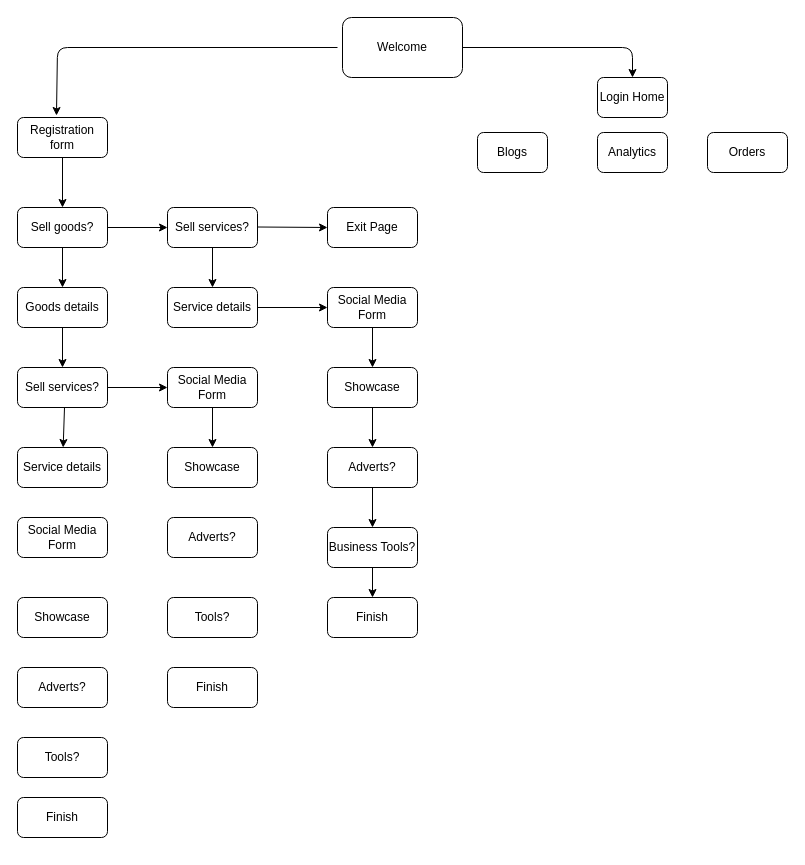
Earlier version of the draw.io diagram app_eng_updated.drawio (willdonlan8/test). Source tidied: cells renumbered, new cells numbered last; positions are measured from the earlier drawing's top-left corner, leaving out a move shared by most shapes. Both pictures are drawn from the tidied source at 100%, with x=0, y=0 at pixel (17, 17).
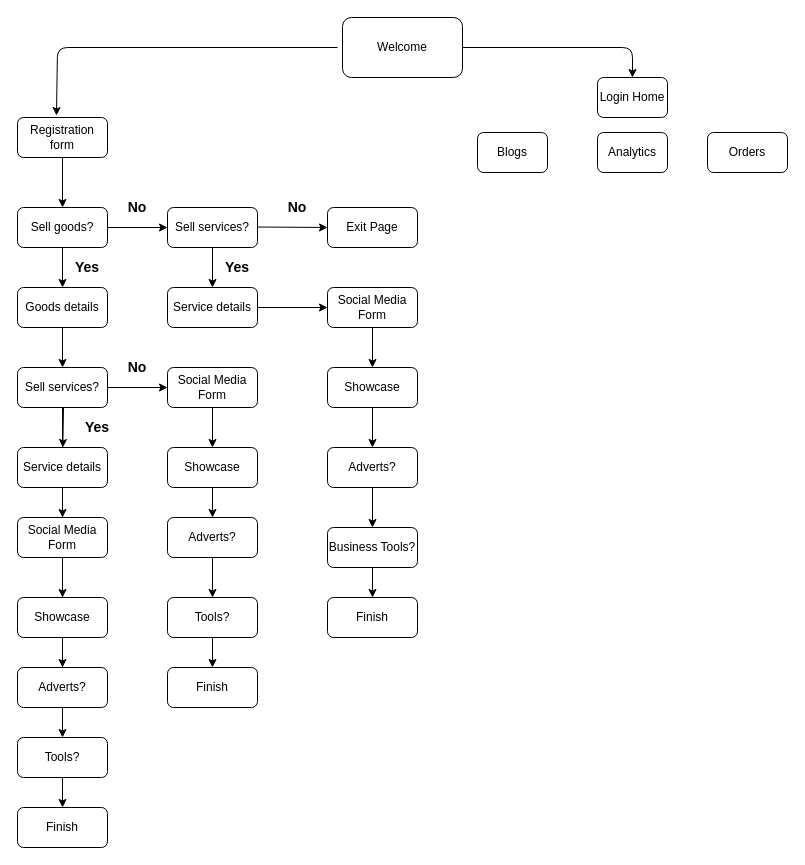
Above is the later version.

Unchanged cells that the change refers to:
```xml
<mxCell id="18" value="Sell services?" style="rounded=1;whiteSpace=wrap;html=1;" parent="1" vertex="1">
  <mxGeometry y="350" width="90" height="40" as="geometry" />
</mxCell>
<mxCell id="19" value="Service details" style="rounded=1;whiteSpace=wrap;html=1;" parent="1" vertex="1">
  <mxGeometry y="430" width="90" height="40" as="geometry" />
</mxCell>
<mxCell id="20" value="Social Media Form" style="rounded=1;whiteSpace=wrap;html=1;" parent="1" vertex="1">
  <mxGeometry y="500" width="90" height="40" as="geometry" />
</mxCell>
<mxCell id="21" value="Showcase" style="rounded=1;whiteSpace=wrap;html=1;" parent="1" vertex="1">
  <mxGeometry y="580" width="90" height="40" as="geometry" />
</mxCell>
<mxCell id="22" value="Adverts?" style="rounded=1;whiteSpace=wrap;html=1;" parent="1" vertex="1">
  <mxGeometry y="650" width="90" height="40" as="geometry" />
</mxCell>
<mxCell id="23" value="Tools?" style="rounded=1;whiteSpace=wrap;html=1;" parent="1" vertex="1">
  <mxGeometry y="720" width="90" height="40" as="geometry" />
</mxCell>
<mxCell id="32" value="Showcase" style="rounded=1;whiteSpace=wrap;html=1;" parent="1" vertex="1">
  <mxGeometry x="150" y="430" width="90" height="40" as="geometry" />
</mxCell>
<mxCell id="33" value="Adverts?" style="rounded=1;whiteSpace=wrap;html=1;" parent="1" vertex="1">
  <mxGeometry x="150" y="500" width="90" height="40" as="geometry" />
</mxCell>
<mxCell id="34" value="Tools?" style="rounded=1;whiteSpace=wrap;html=1;" parent="1" vertex="1">
  <mxGeometry x="150" y="580" width="90" height="40" as="geometry" />
</mxCell>
<mxCell id="35" value="Finish" style="rounded=1;whiteSpace=wrap;html=1;" parent="1" vertex="1">
  <mxGeometry x="150" y="650" width="90" height="40" as="geometry" />
</mxCell>
```

Change to the diagram source:
```diff
@@
+    <mxCell id="46" style="edgeStyle=orthogonalEdgeStyle;rounded=0;jettySize=auto;html=1;" parent="1" edge="1" source="18" target="20">
+      <mxGeometry relative="1" as="geometry" />
+    </mxCell>
@@
+    <mxCell id="47" style="edgeStyle=orthogonalEdgeStyle;rounded=0;jettySize=auto;html=1;" parent="1" edge="1" source="19" target="21">
+      <mxGeometry relative="1" as="geometry" />
+    </mxCell>
@@
+    <mxCell id="48" style="edgeStyle=orthogonalEdgeStyle;rounded=0;jettySize=auto;html=1;" parent="1" edge="1" source="20" target="22">
+      <mxGeometry relative="1" as="geometry" />
+    </mxCell>
@@
+    <mxCell id="49" style="edgeStyle=orthogonalEdgeStyle;rounded=0;jettySize=auto;html=1;" parent="1" edge="1" source="21" target="23">
+      <mxGeometry relative="1" as="geometry" />
+    </mxCell>
@@
     <mxCell id="24" value="Finish" style="rounded=1;whiteSpace=wrap;html=1;" parent="1" vertex="1">
-      <mxGeometry y="780" width="90" height="40" as="geometry" />
+      <mxGeometry y="790" width="90" height="40" as="geometry" />
     </mxCell>
@@
+    <mxCell id="50" style="edgeStyle=orthogonalEdgeStyle;rounded=0;jettySize=auto;html=1;" parent="1" edge="1" source="34" target="35">
+      <mxGeometry relative="1" as="geometry" />
+    </mxCell>
@@
-    <mxCell id="45" style="endArrow=classic;html=1;" parent="1" edge="1" target="19">
-      <mxGeometry relative="1" as="geometry">
-        <mxPoint x="47" y="390" as="sourcePoint" />
-      </mxGeometry>
-    </mxCell>
+    <mxCell id="51" style="endArrow=classic;html=1;" parent="1" edge="1" target="19">
+      <mxGeometry relative="1" as="geometry">
+        <mxPoint x="46" y="390" as="sourcePoint" />
+      </mxGeometry>
+    </mxCell>
+    <mxCell id="52" style="endArrow=classic;html=1;exitX=0.5;exitY=1;exitDx=0;exitDy=0;" parent="1" edge="1" source="32" target="33">
+      <mxGeometry relative="1" as="geometry" />
+    </mxCell>
+    <mxCell id="53" style="endArrow=classic;html=1;exitX=0.5;exitY=1;exitDx=0;exitDy=0;" parent="1" edge="1" source="33">
+      <mxGeometry relative="1" as="geometry">
+        <mxPoint x="195" y="580" as="targetPoint" />
+      </mxGeometry>
+    </mxCell>
+    <mxCell id="54" value="&lt;b&gt;&lt;font style=&quot;font-size: 14px&quot;&gt;Yes&lt;/font&gt;&lt;/b&gt;" style="text;html=1;strokeColor=none;fillColor=none;align=center;verticalAlign=middle;whiteSpace=wrap;rounded=0;" parent="1" vertex="1">
+      <mxGeometry x="50" y="240" width="40" height="20" as="geometry" />
+    </mxCell>
+    <mxCell id="55" value="&lt;b&gt;&lt;font style=&quot;font-size: 14px&quot;&gt;No&lt;/font&gt;&lt;/b&gt;" style="text;html=1;strokeColor=none;fillColor=none;align=center;verticalAlign=middle;whiteSpace=wrap;rounded=0;" parent="1" vertex="1">
+      <mxGeometry x="100" y="180" width="40" height="20" as="geometry" />
+    </mxCell>
+    <mxCell id="56" value="&lt;font style=&quot;font-size: 14px&quot;&gt;&lt;b&gt;No&lt;/b&gt;&lt;/font&gt;" style="text;html=1;strokeColor=none;fillColor=none;align=center;verticalAlign=middle;whiteSpace=wrap;rounded=0;" parent="1" vertex="1">
+      <mxGeometry x="260" y="180" width="40" height="20" as="geometry" />
+    </mxCell>
+    <mxCell id="57" value="&lt;b&gt;&lt;font style=&quot;font-size: 14px&quot;&gt;Yes&lt;/font&gt;&lt;/b&gt;" style="text;html=1;strokeColor=none;fillColor=none;align=center;verticalAlign=middle;whiteSpace=wrap;rounded=0;" parent="1" vertex="1">
+      <mxGeometry x="200" y="240" width="40" height="20" as="geometry" />
+    </mxCell>
+    <mxCell id="58" value="&lt;b&gt;&lt;font style=&quot;font-size: 14px&quot;&gt;No&lt;/font&gt;&lt;/b&gt;" style="text;html=1;strokeColor=none;fillColor=none;align=center;verticalAlign=middle;whiteSpace=wrap;rounded=0;" parent="1" vertex="1">
+      <mxGeometry x="100" y="340" width="40" height="20" as="geometry" />
+    </mxCell>
+    <mxCell id="59" value="&lt;font style=&quot;font-size: 14px&quot;&gt;&lt;b&gt;Yes&lt;/b&gt;&lt;/font&gt;" style="text;html=1;strokeColor=none;fillColor=none;align=center;verticalAlign=middle;whiteSpace=wrap;rounded=0;" parent="1" vertex="1">
+      <mxGeometry x="60" y="400" width="40" height="20" as="geometry" />
+    </mxCell>
+    <mxCell id="60" style="endArrow=classic;html=1;" parent="1" edge="1" target="24">
+      <mxGeometry relative="1" as="geometry">
+        <mxPoint x="45" y="760" as="sourcePoint" />
+      </mxGeometry>
+    </mxCell>
```
